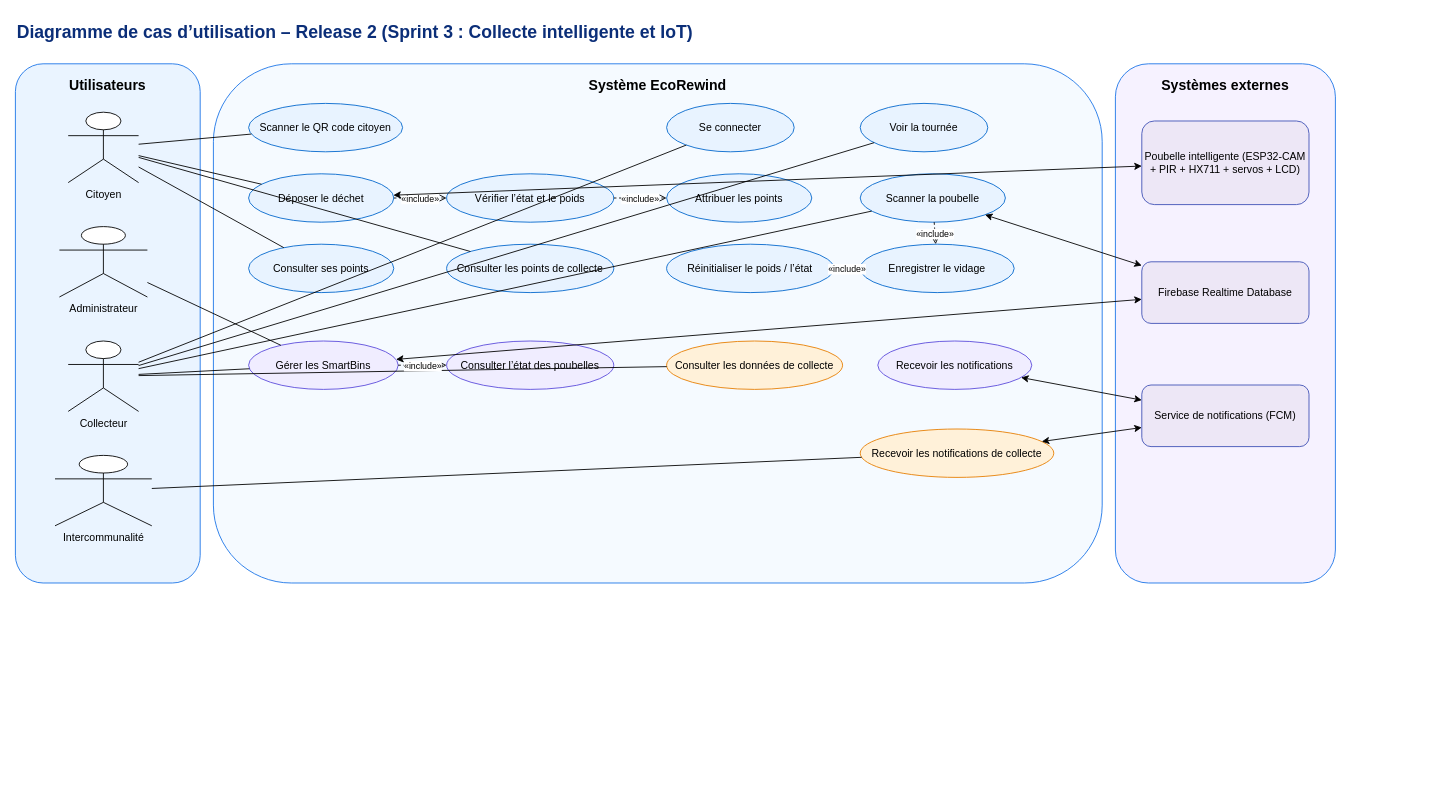
Before: usecase_release2_sprint3_smartbin.drawio in ahmedbs94/dechet, a draw.io diagram. Source tidied: cells renumbered, new cells numbered last; positions are measured from the earlier drawing's top-left corner, leaving out a move shared by most shapes. Both pictures are drawn from the tidied source at 88%, with x=0, y=0 at pixel (15, 15).
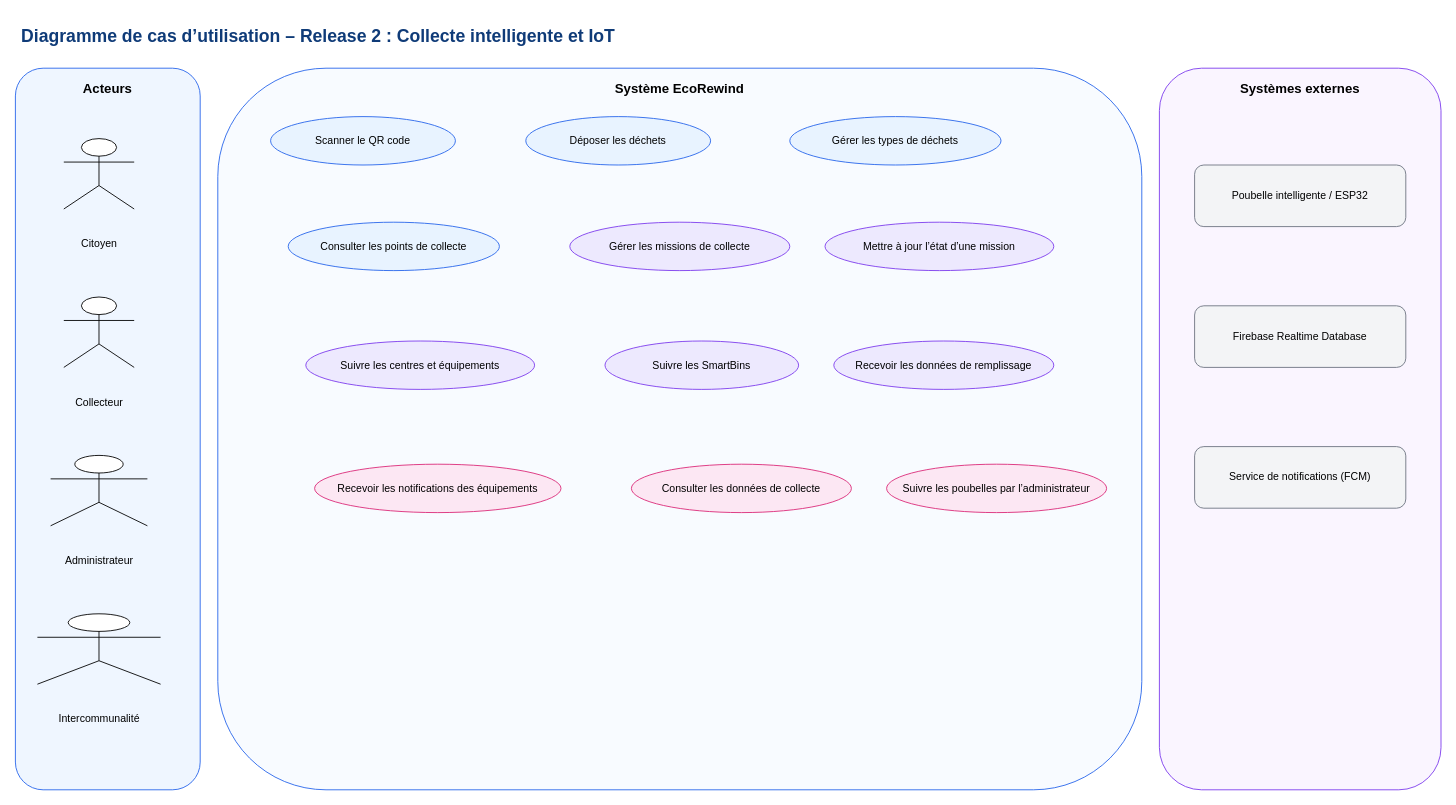
After the change.

Commit message:
Refondre cas d’utilisation selon Sprint 3 et Sprint 4

Change to the diagram source:
```diff
@@
-<mxGraphModel>
+<mxGraphModel background="#FFFFFF">
@@
-    <mxCell id="2" value="Diagramme de cas d’utilisation – Release 2 (Sprint 3 : Collecte intelligente et IoT)" style="text;html=1;strokeColor=none;fillColor=none;fontSize=20;fontStyle=1;fontColor=#0B2E78;align=left;" parent="1" vertex="1">
-      <mxGeometry width="1500" height="40" as="geometry" />
+    <mxCell id="2" value="Diagramme de cas d’utilisation – Release 2 : Collecte intelligente et IoT" style="text;html=1;strokeColor=none;fillColor=none;fontSize=20;fontStyle=1;fontColor=#0F3B78;align=left;" parent="1" vertex="1">
+      <mxGeometry x="5" y="5" width="1500" height="40" as="geometry" />
     </mxCell>
-    <mxCell id="3" value="Utilisateurs" style="rounded=1;whiteSpace=wrap;html=1;strokeColor=#1A73E8;fillColor=#EAF4FF;fontSize=16;fontStyle=1;verticalAlign=top;spacingTop=8;" parent="1" vertex="1">
-      <mxGeometry y="55" width="210" height="590" as="geometry" />
-    </mxCell>
+    <mxCell id="50" value="Acteurs" style="rounded=1;whiteSpace=wrap;html=1;strokeColor=#2563EB;fillColor=#EFF6FF;fontSize=15;fontStyle=1;verticalAlign=top;spacingTop=8;" parent="1" vertex="1">
+      <mxGeometry y="60" width="210" height="820" as="geometry" />
+    </mxCell>
-    <mxCell id="4" value="Système EcoRewind" style="rounded=1;whiteSpace=wrap;html=1;strokeColor=#1A73E8;fillColor=#F5FAFF;fontSize=16;fontStyle=1;verticalAlign=top;spacingTop=8;" parent="1" vertex="1">
-      <mxGeometry x="225" y="55" width="1010" height="590" as="geometry" />
+    <mxCell id="4" value="Système EcoRewind" style="rounded=1;whiteSpace=wrap;html=1;strokeColor=#2563EB;fillColor=#F8FBFF;fontSize=15;fontStyle=1;verticalAlign=top;spacingTop=8;" parent="1" vertex="1">
+      <mxGeometry x="230" y="60" width="1050" height="820" as="geometry" />
     </mxCell>
-    <mxCell id="5" value="Systèmes externes" style="rounded=1;whiteSpace=wrap;html=1;strokeColor=#1A73E8;fillColor=#F6F2FF;fontSize=16;fontStyle=1;verticalAlign=top;spacingTop=8;" parent="1" vertex="1">
-      <mxGeometry x="1250" y="55" width="250" height="590" as="geometry" />
+    <mxCell id="5" value="Systèmes externes" style="rounded=1;whiteSpace=wrap;html=1;strokeColor=#7C3AED;fillColor=#FAF5FF;fontSize=15;fontStyle=1;verticalAlign=top;spacingTop=8;" parent="1" vertex="1">
+      <mxGeometry x="1300" y="60" width="320" height="820" as="geometry" />
     </mxCell>
-    <mxCell id="6" value="Citoyen" style="shape=umlActor;verticalLabelPosition=bottom;verticalAlign=top;html=1;" parent="1" vertex="1">
-      <mxGeometry x="60" y="110" width="80" height="80" as="geometry" />
+    <mxCell id="6" value="Citoyen" style="shape=umlActor;verticalLabelPosition=bottom;html=1;" parent="1" vertex="1">
+      <mxGeometry x="55" y="140" width="80" height="80" as="geometry" />
     </mxCell>
+    <mxCell id="8" value="Collecteur" style="shape=umlActor;verticalLabelPosition=bottom;html=1;" parent="1" vertex="1">
+      <mxGeometry x="55" y="320" width="80" height="80" as="geometry" />
+    </mxCell>
-    <mxCell id="7" value="Administrateur" style="shape=umlActor;verticalLabelPosition=bottom;verticalAlign=top;html=1;" parent="1" vertex="1">
-      <mxGeometry x="50" y="240" width="100" height="80" as="geometry" />
+    <mxCell id="7" value="Administrateur" style="shape=umlActor;verticalLabelPosition=bottom;html=1;" parent="1" vertex="1">
+      <mxGeometry x="40" y="500" width="110" height="80" as="geometry" />
     </mxCell>
-    <mxCell id="8" value="Collecteur" style="shape=umlActor;verticalLabelPosition=bottom;verticalAlign=top;html=1;" parent="1" vertex="1">
-      <mxGeometry x="60" y="370" width="80" height="80" as="geometry" />
-    </mxCell>
-    <mxCell id="9" value="Intercommunalité" style="shape=umlActor;verticalLabelPosition=bottom;verticalAlign=top;html=1;" parent="1" vertex="1">
-      <mxGeometry x="45" y="500" width="110" height="80" as="geometry" />
+    <mxCell id="9" value="Intercommunalité" style="shape=umlActor;verticalLabelPosition=bottom;html=1;" parent="1" vertex="1">
+      <mxGeometry x="25" y="680" width="140" height="80" as="geometry" />
     </mxCell>
-    <mxCell id="10" value="Scanner le QR code citoyen" style="ellipse;whiteSpace=wrap;html=1;fillColor=#E8F3FF;strokeColor=#0066CC;" parent="1" vertex="1">
-      <mxGeometry x="265" y="100" width="175" height="55" as="geometry" />
-    </mxCell>
-    <mxCell id="11" value="Déposer le déchet" style="ellipse;whiteSpace=wrap;html=1;fillColor=#E8F3FF;strokeColor=#0066CC;" parent="1" vertex="1">
-      <mxGeometry x="265" y="180" width="165" height="55" as="geometry" />
-    </mxCell>
-    <mxCell id="12" value="Vérifier l’état et le poids" style="ellipse;whiteSpace=wrap;html=1;fillColor=#E8F3FF;strokeColor=#0066CC;" parent="1" vertex="1">
-      <mxGeometry x="490" y="180" width="190" height="55" as="geometry" />
-    </mxCell>
+    <mxCell id="51" value="Scanner le QR code" style="ellipse;whiteSpace=wrap;html=1;fillColor=#E8F3FF;strokeColor=#2563EB;" parent="1" vertex="1">
+      <mxGeometry x="290" y="115" width="210" height="55" as="geometry" />
+    </mxCell>
+    <mxCell id="52" value="Déposer les déchets" style="ellipse;whiteSpace=wrap;html=1;fillColor=#E8F3FF;strokeColor=#2563EB;" parent="1" vertex="1">
+      <mxGeometry x="580" y="115" width="210" height="55" as="geometry" />
+    </mxCell>
+    <mxCell id="53" value="Gérer les types de déchets" style="ellipse;whiteSpace=wrap;html=1;fillColor=#E8F3FF;strokeColor=#2563EB;" parent="1" vertex="1">
+      <mxGeometry x="880" y="115" width="240" height="55" as="geometry" />
+    </mxCell>
-    <mxCell id="13" value="Attribuer les points" style="ellipse;whiteSpace=wrap;html=1;fillColor=#E8F3FF;strokeColor=#0066CC;" parent="1" vertex="1">
-      <mxGeometry x="740" y="180" width="165" height="55" as="geometry" />
+    <mxCell id="13" value="Consulter les points de collecte" style="ellipse;whiteSpace=wrap;html=1;fillColor=#E8F3FF;strokeColor=#2563EB;" parent="1" vertex="1">
+      <mxGeometry x="310" y="235" width="240" height="55" as="geometry" />
     </mxCell>
-    <mxCell id="14" value="Consulter ses points" style="ellipse;whiteSpace=wrap;html=1;fillColor=#E8F3FF;strokeColor=#0066CC;" parent="1" vertex="1">
-      <mxGeometry x="265" y="260" width="165" height="55" as="geometry" />
-    </mxCell>
-    <mxCell id="15" value="Consulter les points de collecte" style="ellipse;whiteSpace=wrap;html=1;fillColor=#E8F3FF;strokeColor=#0066CC;" parent="1" vertex="1">
-      <mxGeometry x="490" y="260" width="190" height="55" as="geometry" />
-    </mxCell>
-    <mxCell id="16" value="Gérer les SmartBins" style="ellipse;whiteSpace=wrap;html=1;fillColor=#F0EDFF;strokeColor=#5B4BDB;" parent="1" vertex="1">
-      <mxGeometry x="265" y="370" width="170" height="55" as="geometry" />
-    </mxCell>
-    <mxCell id="17" value="Consulter l’état des poubelles" style="ellipse;whiteSpace=wrap;html=1;fillColor=#F0EDFF;strokeColor=#5B4BDB;" parent="1" vertex="1">
-      <mxGeometry x="490" y="370" width="190" height="55" as="geometry" />
-    </mxCell>
+    <mxCell id="54" value="Gérer les missions de collecte" style="ellipse;whiteSpace=wrap;html=1;fillColor=#EDE9FE;strokeColor=#7C3AED;" parent="1" vertex="1">
+      <mxGeometry x="630" y="235" width="250" height="55" as="geometry" />
+    </mxCell>
+    <mxCell id="55" value="Mettre à jour l’état d’une mission" style="ellipse;whiteSpace=wrap;html=1;fillColor=#EDE9FE;strokeColor=#7C3AED;" parent="1" vertex="1">
+      <mxGeometry x="920" y="235" width="260" height="55" as="geometry" />
+    </mxCell>
+    <mxCell id="56" value="Suivre les centres et équipements" style="ellipse;whiteSpace=wrap;html=1;fillColor=#EDE9FE;strokeColor=#7C3AED;" parent="1" vertex="1">
+      <mxGeometry x="330" y="370" width="260" height="55" as="geometry" />
+    </mxCell>
+    <mxCell id="57" value="Suivre les SmartBins" style="ellipse;whiteSpace=wrap;html=1;fillColor=#EDE9FE;strokeColor=#7C3AED;" parent="1" vertex="1">
+      <mxGeometry x="670" y="370" width="220" height="55" as="geometry" />
+    </mxCell>
+    <mxCell id="58" value="Recevoir les données de remplissage" style="ellipse;whiteSpace=wrap;html=1;fillColor=#EDE9FE;strokeColor=#7C3AED;" parent="1" vertex="1">
+      <mxGeometry x="930" y="370" width="250" height="55" as="geometry" />
+    </mxCell>
+    <mxCell id="19" value="Recevoir les notifications des équipements" style="ellipse;whiteSpace=wrap;html=1;fillColor=#FCE7F3;strokeColor=#DB2777;" parent="1" vertex="1">
+      <mxGeometry x="340" y="510" width="280" height="55" as="geometry" />
+    </mxCell>
-    <mxCell id="18" value="Consulter les données de collecte" style="ellipse;whiteSpace=wrap;html=1;fillColor=#FFF1D9;strokeColor=#E67E00;" parent="1" vertex="1">
-      <mxGeometry x="740" y="370" width="200" height="55" as="geometry" />
+    <mxCell id="18" value="Consulter les données de collecte" style="ellipse;whiteSpace=wrap;html=1;fillColor=#FCE7F3;strokeColor=#DB2777;" parent="1" vertex="1">
+      <mxGeometry x="700" y="510" width="250" height="55" as="geometry" />
     </mxCell>
-    <mxCell id="19" value="Recevoir les notifications" style="ellipse;whiteSpace=wrap;html=1;fillColor=#F0EDFF;strokeColor=#5B4BDB;" parent="1" vertex="1">
-      <mxGeometry x="980" y="370" width="175" height="55" as="geometry" />
-    </mxCell>
-    <mxCell id="20" value="Se connecter" style="ellipse;whiteSpace=wrap;html=1;fillColor=#E8F3FF;strokeColor=#0066CC;" parent="1" vertex="1">
-      <mxGeometry x="740" y="100" width="145" height="55" as="geometry" />
-    </mxCell>
-    <mxCell id="21" value="Voir la tournée" style="ellipse;whiteSpace=wrap;html=1;fillColor=#E8F3FF;strokeColor=#0066CC;" parent="1" vertex="1">
-      <mxGeometry x="960" y="100" width="145" height="55" as="geometry" />
-    </mxCell>
-    <mxCell id="22" value="Scanner la poubelle" style="ellipse;whiteSpace=wrap;html=1;fillColor=#E8F3FF;strokeColor=#0066CC;" parent="1" vertex="1">
-      <mxGeometry x="960" y="180" width="165" height="55" as="geometry" />
-    </mxCell>
-    <mxCell id="23" value="Enregistrer le vidage" style="ellipse;whiteSpace=wrap;html=1;fillColor=#E8F3FF;strokeColor=#0066CC;" parent="1" vertex="1">
-      <mxGeometry x="960" y="260" width="175" height="55" as="geometry" />
-    </mxCell>
-    <mxCell id="24" value="Réinitialiser le poids / l’état" style="ellipse;whiteSpace=wrap;html=1;fillColor=#E8F3FF;strokeColor=#0066CC;" parent="1" vertex="1">
-      <mxGeometry x="740" y="260" width="190" height="55" as="geometry" />
-    </mxCell>
-    <mxCell id="25" value="Recevoir les notifications de collecte" style="ellipse;whiteSpace=wrap;html=1;fillColor=#FFF1D9;strokeColor=#E67E00;" parent="1" vertex="1">
-      <mxGeometry x="960" y="470" width="220" height="55" as="geometry" />
-    </mxCell>
+    <mxCell id="59" value="Suivre les poubelles par l’administrateur" style="ellipse;whiteSpace=wrap;html=1;fillColor=#FCE7F3;strokeColor=#DB2777;" parent="1" vertex="1">
+      <mxGeometry x="990" y="510" width="250" height="55" as="geometry" />
+    </mxCell>
-    <mxCell id="26" value="Poubelle intelligente (ESP32-CAM + PIR + HX711 + servos + LCD)" style="rounded=1;whiteSpace=wrap;html=1;fillColor=#EDE7F6;strokeColor=#3F51B5;" parent="1" vertex="1">
-      <mxGeometry x="1280" y="120" width="190" height="95" as="geometry" />
+    <mxCell id="26" value="Poubelle intelligente / ESP32" style="rounded=1;whiteSpace=wrap;html=1;fillColor=#F3F4F6;strokeColor=#6B7280;fontSize=12;" parent="1" vertex="1">
+      <mxGeometry x="1340" y="170" width="240" height="70" as="geometry" />
     </mxCell>
-    <mxCell id="27" value="Firebase Realtime Database" style="rounded=1;whiteSpace=wrap;html=1;fillColor=#EDE7F6;strokeColor=#3F51B5;" parent="1" vertex="1">
-      <mxGeometry x="1280" y="280" width="190" height="70" as="geometry" />
+    <mxCell id="27" value="Firebase Realtime Database" style="rounded=1;whiteSpace=wrap;html=1;fillColor=#F3F4F6;strokeColor=#6B7280;fontSize=12;" parent="1" vertex="1">
+      <mxGeometry x="1340" y="330" width="240" height="70" as="geometry" />
     </mxCell>
-    <mxCell id="28" value="Service de notifications (FCM)" style="rounded=1;whiteSpace=wrap;html=1;fillColor=#EDE7F6;strokeColor=#3F51B5;" parent="1" vertex="1">
-      <mxGeometry x="1280" y="420" width="190" height="70" as="geometry" />
+    <mxCell id="28" value="Service de notifications (FCM)" style="rounded=1;whiteSpace=wrap;html=1;fillColor=#F3F4F6;strokeColor=#6B7280;fontSize=12;" parent="1" vertex="1">
+      <mxGeometry x="1340" y="490" width="240" height="70" as="geometry" />
     </mxCell>
-    <mxCell id="29" style="endArrow=none;html=1;" parent="1" edge="1" source="6" target="10">
-      <mxGeometry relative="1" as="geometry" />
-    </mxCell>
-    <mxCell id="30" style="endArrow=none;html=1;" parent="1" edge="1" source="6" target="11">
-      <mxGeometry relative="1" as="geometry" />
-    </mxCell>
-    <mxCell id="31" style="endArrow=none;html=1;" parent="1" edge="1" source="6" target="14">
-      <mxGeometry relative="1" as="geometry" />
-    </mxCell>
-    <mxCell id="32" style="endArrow=none;html=1;" parent="1" edge="1" source="6" target="15">
-      <mxGeometry relative="1" as="geometry" />
-    </mxCell>
-    <mxCell id="33" style="endArrow=none;html=1;" parent="1" edge="1" source="7" target="16">
-      <mxGeometry relative="1" as="geometry" />
-    </mxCell>
-    <mxCell id="34" style="endArrow=none;html=1;" parent="1" edge="1" source="8" target="16">
-      <mxGeometry relative="1" as="geometry" />
-    </mxCell>
-    <mxCell id="35" style="endArrow=none;html=1;" parent="1" edge="1" source="8" target="20">
-      <mxGeometry relative="1" as="geometry" />
-    </mxCell>
-    <mxCell id="36" style="endArrow=none;html=1;" parent="1" edge="1" source="8" target="21">
-      <mxGeometry relative="1" as="geometry" />
-    </mxCell>
-    <mxCell id="37" style="endArrow=none;html=1;" parent="1" edge="1" source="8" target="22">
-      <mxGeometry relative="1" as="geometry" />
-    </mxCell>
-    <mxCell id="38" style="endArrow=none;html=1;" parent="1" edge="1" source="8" target="18">
-      <mxGeometry relative="1" as="geometry" />
-    </mxCell>
-    <mxCell id="39" style="endArrow=none;html=1;" parent="1" edge="1" source="9" target="25">
-      <mxGeometry relative="1" as="geometry" />
-    </mxCell>
-    <mxCell id="40" value="«include»" style="dashed=1;endArrow=open;html=1;fontSize=10;" parent="1" edge="1" source="11" target="12">
-      <mxGeometry relative="1" as="geometry" />
-    </mxCell>
-    <mxCell id="41" value="«include»" style="dashed=1;endArrow=open;html=1;fontSize=10;" parent="1" edge="1" source="12" target="13">
-      <mxGeometry relative="1" as="geometry" />
-    </mxCell>
-    <mxCell id="42" value="«include»" style="dashed=1;endArrow=open;html=1;fontSize=10;" parent="1" edge="1" source="16" target="17">
-      <mxGeometry relative="1" as="geometry" />
-    </mxCell>
-    <mxCell id="43" value="«include»" style="dashed=1;endArrow=open;html=1;fontSize=10;" parent="1" edge="1" source="22" target="23">
-      <mxGeometry relative="1" as="geometry" />
-    </mxCell>
-    <mxCell id="44" value="«include»" style="dashed=1;endArrow=open;html=1;fontSize=10;" parent="1" edge="1" source="23" target="24">
-      <mxGeometry relative="1" as="geometry" />
-    </mxCell>
-    <mxCell id="45" style="endArrow=classic;startArrow=classic;html=1;" parent="1" edge="1" source="26" target="11">
-      <mxGeometry relative="1" as="geometry" />
-    </mxCell>
-    <mxCell id="46" style="endArrow=classic;startArrow=classic;html=1;" parent="1" edge="1" source="27" target="16">
-      <mxGeometry relative="1" as="geometry" />
-    </mxCell>
-    <mxCell id="47" style="endArrow=classic;startArrow=classic;html=1;" parent="1" edge="1" source="27" target="22">
-      <mxGeometry relative="1" as="geometry" />
-    </mxCell>
+    <mxCell id="60" style="endArrow=none;html=1;" parent="1" edge="1" source="6" target="51" />
+    <mxCell id="61" style="endArrow=none;html=1;" parent="1" edge="1" source="6" target="52" />
+    <mxCell id="62" style="endArrow=none;html=1;" parent="1" edge="1" source="6" target="13" />
+    <mxCell id="63" style="endArrow=none;html=1;" parent="1" edge="1" source="8" target="54" />
+    <mxCell id="64" style="endArrow=none;html=1;" parent="1" edge="1" source="8" target="55" />
+    <mxCell id="65" style="endArrow=none;html=1;" parent="1" edge="1" source="8" target="57" />
+    <mxCell id="66" style="endArrow=none;html=1;" parent="1" edge="1" source="7" target="56" />
+    <mxCell id="67" style="endArrow=none;html=1;" parent="1" edge="1" source="7" target="59" />
+    <mxCell id="68" style="endArrow=none;html=1;" parent="1" edge="1" source="9" target="19" />
+    <mxCell id="69" style="endArrow=none;html=1;" parent="1" edge="1" source="9" target="18" />
+    <mxCell id="70" style="endArrow=none;html=1;" parent="1" edge="1" source="26" target="58" />
+    <mxCell id="71" style="endArrow=none;html=1;" parent="1" edge="1" source="27" target="58" />
-    <mxCell id="48" style="endArrow=classic;startArrow=classic;html=1;" parent="1" edge="1" source="28" target="19">
-      <mxGeometry relative="1" as="geometry" />
-    </mxCell>
+    <mxCell id="48" style="endArrow=none;html=1;" parent="1" edge="1" source="28" target="19" />
-    <mxCell id="49" style="endArrow=classic;startArrow=classic;html=1;" parent="1" edge="1" source="28" target="25">
-      <mxGeometry relative="1" as="geometry" />
-    </mxCell>
```
